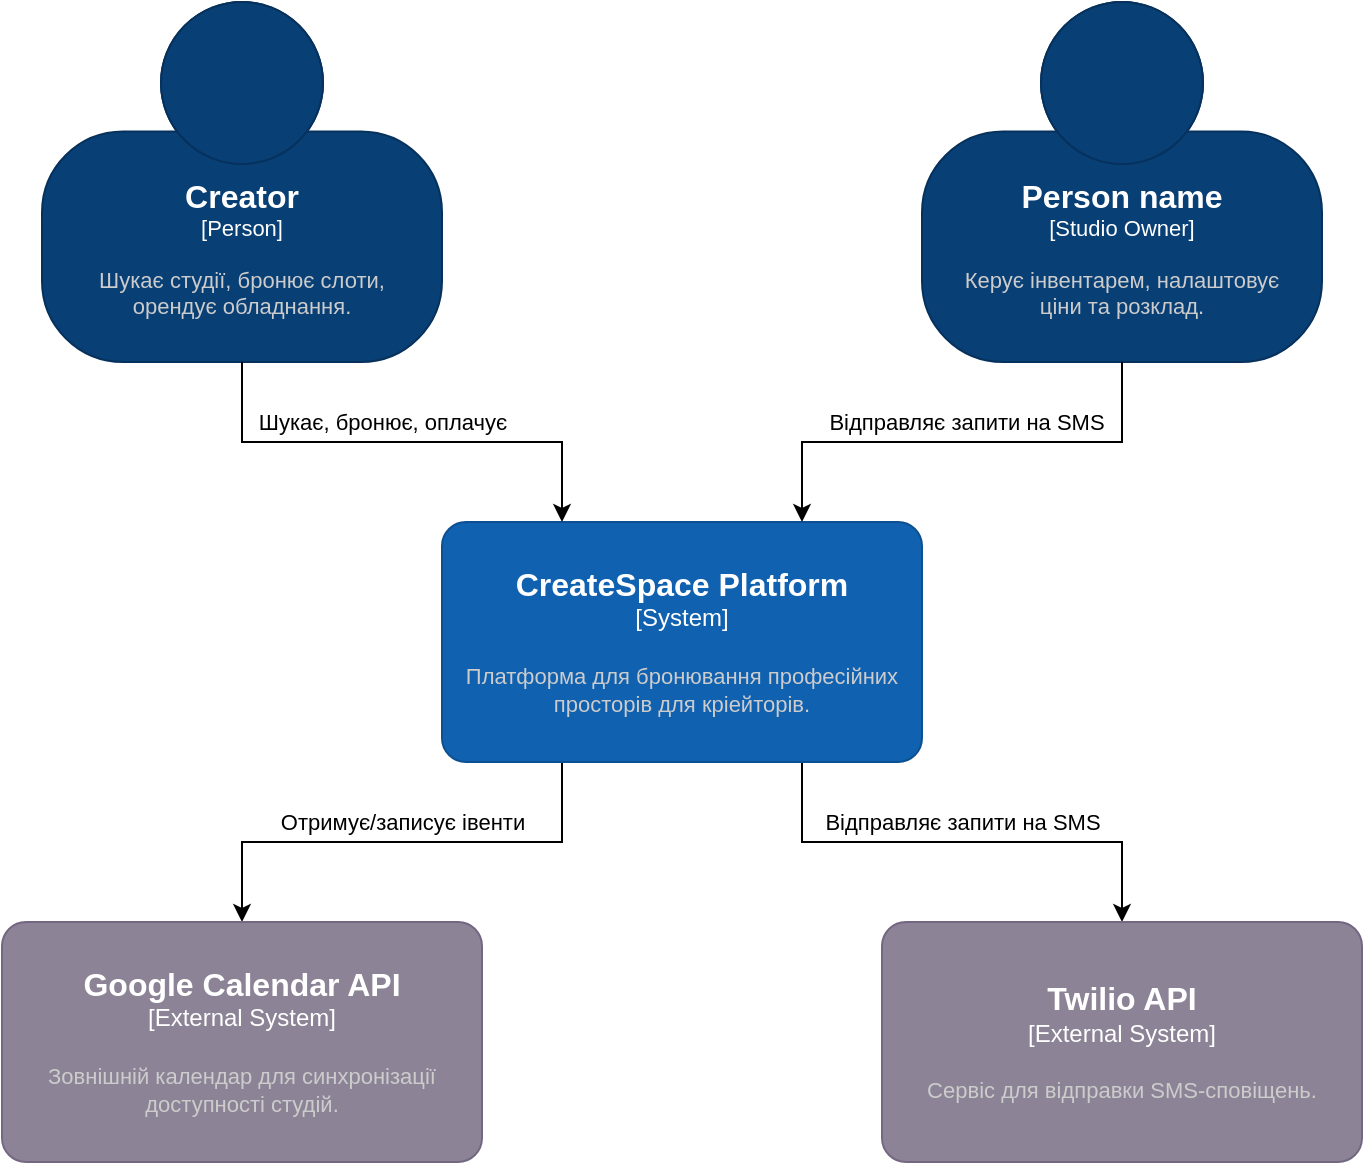
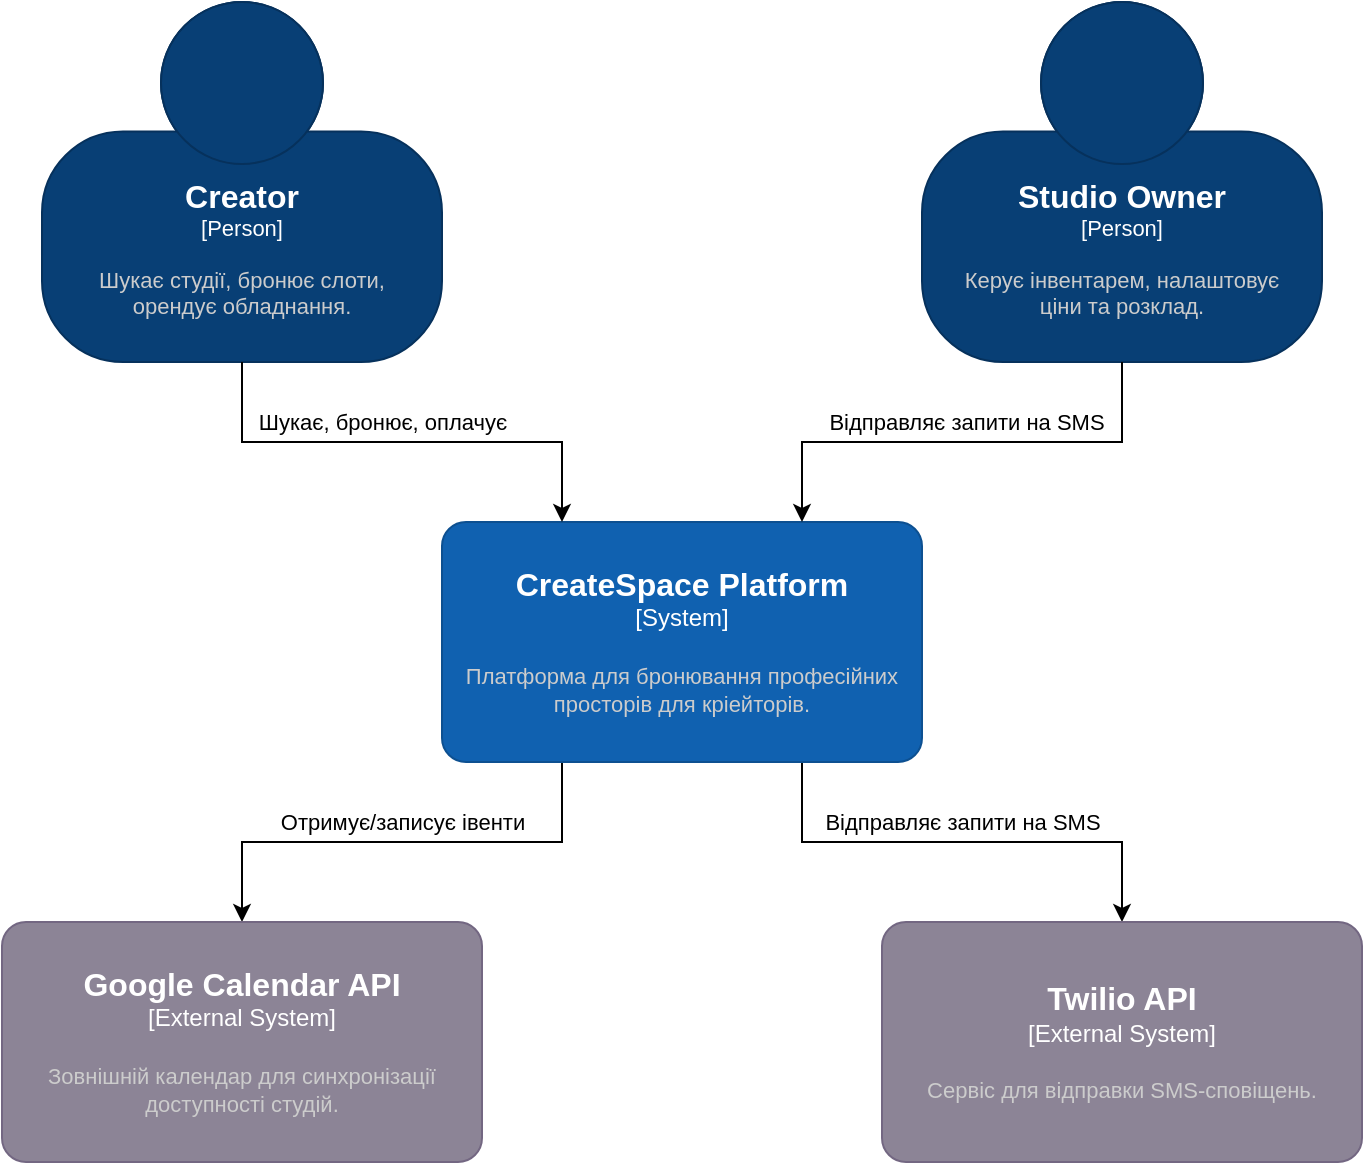
- <mxfile host="app.diagrams.net" agent="Mozilla/5.0 (Macintosh; Intel Mac OS X 10_15_7) AppleWebKit/537.36 (KHTML, like Gecko) Chrome/146.0.0.0 Safari/537.36" version="29.6.4">
+ <mxfile host="Electron" agent="Mozilla/5.0 (Macintosh; Intel Mac OS X 10_15_7) AppleWebKit/537.36 (KHTML, like Gecko) Chrome/146.0.0.0 Safari/537.36">
  <diagram id="pZXLV6xrIMZtYTZrZhG7" name="Page-1">
-     <mxGraphModel dx="1073" dy="750" grid="1" gridSize="10" guides="1" tooltips="1" connect="1" arrows="1" fold="1" page="1" pageScale="1" pageWidth="827" pageHeight="1169" math="0" shadow="0">
+     <mxGraphModel dx="694" dy="600" grid="1" gridSize="10" guides="1" tooltips="1" connect="1" arrows="1" fold="1" page="1" pageScale="1" pageWidth="827" pageHeight="1169" math="0" shadow="0">
      <root>
        <mxCell id="0" />
        <mxCell id="1" parent="0" />
        <mxCell id="y_GtcXya-axAAGs5_f3K-15" edge="1" parent="1" source="y_GtcXya-axAAGs5_f3K-19" style="edgeStyle=orthogonalEdgeStyle;rounded=0;orthogonalLoop=1;jettySize=auto;html=1;exitX=0.25;exitY=1;exitDx=0;exitDy=0;exitPerimeter=0;" target="y_GtcXya-axAAGs5_f3K-22">
          <mxGeometry relative="1" as="geometry" />
        </mxCell>
        <mxCell id="y_GtcXya-axAAGs5_f3K-16" connectable="0" parent="y_GtcXya-axAAGs5_f3K-15" style="edgeLabel;html=1;align=center;verticalAlign=middle;resizable=0;points=[];" value="Отримує/записує івенти" vertex="1">
          <mxGeometry relative="1" x="-0.1167" as="geometry">
            <mxPoint x="-14" y="-10" as="offset" />
          </mxGeometry>
        </mxCell>
        <mxCell id="y_GtcXya-axAAGs5_f3K-17" edge="1" parent="1" source="y_GtcXya-axAAGs5_f3K-19" style="edgeStyle=orthogonalEdgeStyle;rounded=0;orthogonalLoop=1;jettySize=auto;html=1;exitX=0.75;exitY=1;exitDx=0;exitDy=0;exitPerimeter=0;" target="y_GtcXya-axAAGs5_f3K-23">
          <mxGeometry relative="1" as="geometry" />
        </mxCell>
        <mxCell id="y_GtcXya-axAAGs5_f3K-18" connectable="0" parent="y_GtcXya-axAAGs5_f3K-17" style="edgeLabel;html=1;align=center;verticalAlign=middle;resizable=0;points=[];" value="Відправляє запити на SMS" vertex="1">
          <mxGeometry relative="1" x="0.1167" as="geometry">
            <mxPoint x="-14" y="-10" as="offset" />
          </mxGeometry>
        </mxCell>
        <object placeholders="1" c4Name="CreateSpace Platform" c4Type="System" c4Description="Платформа для бронювання професійних просторів для кріейторів." label="&lt;font style=&quot;font-size: 16px&quot;&gt;&lt;b&gt;%c4Name%&lt;/b&gt;&lt;/font&gt;&lt;div&gt;[%c4Type%]&lt;/div&gt;&lt;br&gt;&lt;div&gt;&lt;font style=&quot;font-size: 11px&quot;&gt;&lt;font color=&quot;#cccccc&quot;&gt;%c4Description%&lt;/font&gt;&lt;/div&gt;" id="y_GtcXya-axAAGs5_f3K-19">
          <mxCell parent="1" style="rounded=1;whiteSpace=wrap;html=1;labelBackgroundColor=none;fillColor=#1061B0;fontColor=#ffffff;align=center;arcSize=10;strokeColor=#0D5091;metaEdit=1;resizable=0;points=[[0.25,0,0],[0.5,0,0],[0.75,0,0],[1,0.25,0],[1,0.5,0],[1,0.75,0],[0.75,1,0],[0.5,1,0],[0.25,1,0],[0,0.75,0],[0,0.5,0],[0,0.25,0]];" vertex="1">
            <mxGeometry height="120" width="240" x="240" y="260" as="geometry" />
          </mxCell>
        </object>
        <object placeholders="1" c4Name="Creator" c4Type="Person" c4Description="Шукає студії, бронює слоти,&#xa;орендує обладнання." label="&lt;font style=&quot;font-size: 16px&quot;&gt;&lt;b&gt;%c4Name%&lt;/b&gt;&lt;/font&gt;&lt;div&gt;[%c4Type%]&lt;/div&gt;&lt;br&gt;&lt;div&gt;&lt;font style=&quot;font-size: 11px&quot;&gt;&lt;font color=&quot;#cccccc&quot;&gt;%c4Description%&lt;/font&gt;&lt;/div&gt;" id="y_GtcXya-axAAGs5_f3K-20">
          <mxCell parent="1" style="html=1;fontSize=11;dashed=0;whiteSpace=wrap;fillColor=#083F75;strokeColor=#06315C;fontColor=#ffffff;shape=mxgraph.c4.person2;align=center;metaEdit=1;points=[[0.5,0,0],[1,0.5,0],[1,0.75,0],[0.75,1,0],[0.5,1,0],[0.25,1,0],[0,0.75,0],[0,0.5,0]];resizable=0;" vertex="1">
            <mxGeometry height="180" width="200" x="40" as="geometry" />
          </mxCell>
        </object>
-         <object placeholders="1" c4Name="Person name" c4Type="Studio Owner" c4Description="Керує інвентарем, налаштовує&#xa;ціни та розклад." label="&lt;font style=&quot;font-size: 16px&quot;&gt;&lt;b&gt;%c4Name%&lt;/b&gt;&lt;/font&gt;&lt;div&gt;[%c4Type%]&lt;/div&gt;&lt;br&gt;&lt;div&gt;&lt;font style=&quot;font-size: 11px&quot;&gt;&lt;font color=&quot;#cccccc&quot;&gt;%c4Description%&lt;/font&gt;&lt;/div&gt;" id="y_GtcXya-axAAGs5_f3K-21">
+         <object placeholders="1" c4Name="Studio Owner" c4Type="Person" c4Description="Керує інвентарем, налаштовує&#xa;ціни та розклад." label="&lt;font style=&quot;font-size: 16px&quot;&gt;&lt;b&gt;%c4Name%&lt;/b&gt;&lt;/font&gt;&lt;div&gt;[%c4Type%]&lt;/div&gt;&lt;br&gt;&lt;div&gt;&lt;font style=&quot;font-size: 11px&quot;&gt;&lt;font color=&quot;#cccccc&quot;&gt;%c4Description%&lt;/font&gt;&lt;/div&gt;" id="y_GtcXya-axAAGs5_f3K-21">
          <mxCell parent="1" style="html=1;fontSize=11;dashed=0;whiteSpace=wrap;fillColor=#083F75;strokeColor=#06315C;fontColor=#ffffff;shape=mxgraph.c4.person2;align=center;metaEdit=1;points=[[0.5,0,0],[1,0.5,0],[1,0.75,0],[0.75,1,0],[0.5,1,0],[0.25,1,0],[0,0.75,0],[0,0.5,0]];resizable=0;" vertex="1">
            <mxGeometry height="180" width="200" x="480" as="geometry" />
          </mxCell>
        </object>
        <object placeholders="1" c4Name="Google Calendar API" c4Type="External System" c4Description="Зовнішній календар для синхронізації доступності студій." label="&lt;font style=&quot;font-size: 16px&quot;&gt;&lt;b&gt;%c4Name%&lt;/b&gt;&lt;/font&gt;&lt;div&gt;[%c4Type%]&lt;/div&gt;&lt;br&gt;&lt;div&gt;&lt;font style=&quot;font-size: 11px&quot;&gt;&lt;font color=&quot;#cccccc&quot;&gt;%c4Description%&lt;/font&gt;&lt;/div&gt;" id="y_GtcXya-axAAGs5_f3K-22">
          <mxCell parent="1" style="rounded=1;whiteSpace=wrap;html=1;labelBackgroundColor=none;fillColor=#8C8496;fontColor=#ffffff;align=center;arcSize=10;strokeColor=#736782;metaEdit=1;resizable=0;points=[[0.25,0,0],[0.5,0,0],[0.75,0,0],[1,0.25,0],[1,0.5,0],[1,0.75,0],[0.75,1,0],[0.5,1,0],[0.25,1,0],[0,0.75,0],[0,0.5,0],[0,0.25,0]];" vertex="1">
            <mxGeometry height="120" width="240" x="20" y="460" as="geometry" />
          </mxCell>
        </object>
        <object placeholders="1" c4Name="Twilio API" c4Type="External System" c4Description="Сервіс для відправки SMS-сповіщень." label="&lt;font style=&quot;font-size: 16px&quot;&gt;&lt;b&gt;%c4Name%&lt;/b&gt;&lt;/font&gt;&lt;div&gt;[%c4Type%]&lt;/div&gt;&lt;br&gt;&lt;div&gt;&lt;font style=&quot;font-size: 11px&quot;&gt;&lt;font color=&quot;#cccccc&quot;&gt;%c4Description%&lt;/font&gt;&lt;/div&gt;" id="y_GtcXya-axAAGs5_f3K-23">
          <mxCell parent="1" style="rounded=1;whiteSpace=wrap;html=1;labelBackgroundColor=none;fillColor=#8C8496;fontColor=#ffffff;align=center;arcSize=10;strokeColor=#736782;metaEdit=1;resizable=0;points=[[0.25,0,0],[0.5,0,0],[0.75,0,0],[1,0.25,0],[1,0.5,0],[1,0.75,0],[0.75,1,0],[0.5,1,0],[0.25,1,0],[0,0.75,0],[0,0.5,0],[0,0.25,0]];" vertex="1">
            <mxGeometry height="120" width="240" x="460" y="460" as="geometry" />
          </mxCell>
        </object>
        <mxCell id="y_GtcXya-axAAGs5_f3K-24" edge="1" parent="1" source="y_GtcXya-axAAGs5_f3K-20" style="edgeStyle=orthogonalEdgeStyle;rounded=0;orthogonalLoop=1;jettySize=auto;html=1;exitX=0.5;exitY=1;exitDx=0;exitDy=0;exitPerimeter=0;entryX=0.25;entryY=0;entryDx=0;entryDy=0;entryPerimeter=0;" target="y_GtcXya-axAAGs5_f3K-19">
          <mxGeometry relative="1" as="geometry" />
        </mxCell>
        <mxCell id="y_GtcXya-axAAGs5_f3K-25" connectable="0" parent="y_GtcXya-axAAGs5_f3K-24" style="edgeLabel;html=1;align=center;verticalAlign=middle;resizable=0;points=[];" value="Шукає, бронює, оплачує" vertex="1">
          <mxGeometry relative="1" x="0.025" y="-4" as="geometry">
            <mxPoint x="-13" y="-14" as="offset" />
          </mxGeometry>
        </mxCell>
        <mxCell id="y_GtcXya-axAAGs5_f3K-26" edge="1" parent="1" source="y_GtcXya-axAAGs5_f3K-21" style="edgeStyle=orthogonalEdgeStyle;rounded=0;orthogonalLoop=1;jettySize=auto;html=1;exitX=0.5;exitY=1;exitDx=0;exitDy=0;exitPerimeter=0;entryX=0.75;entryY=0;entryDx=0;entryDy=0;entryPerimeter=0;" target="y_GtcXya-axAAGs5_f3K-19">
          <mxGeometry relative="1" as="geometry" />
        </mxCell>
        <mxCell id="y_GtcXya-axAAGs5_f3K-27" connectable="0" parent="y_GtcXya-axAAGs5_f3K-26" style="edgeLabel;html=1;align=center;verticalAlign=middle;resizable=0;points=[];" value="Відправляє запити на SMS" vertex="1">
          <mxGeometry relative="1" x="-0.0167" y="-3" as="geometry">
            <mxPoint y="-7" as="offset" />
          </mxGeometry>
        </mxCell>
      </root>
    </mxGraphModel>
  </diagram>
</mxfile>
